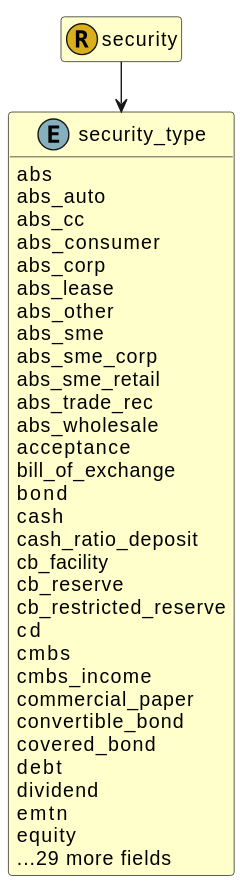
This is images/fire.model.security_type.svg from Schemarise/demo-alfa-with-fire-json-model, a PlantUML export, as it was before one commit. The source it was exported from:
```plantuml
@startuml
!pragma layout smetana

skinparam ClassBackgroundColor #BUSINESS
hide empty methods
hide empty fields
skinparam backgroundColor transparent
set namespaceSeparator none




class security_type << (E,86B0BE) >> {

  abs
  abs_auto
  abs_cc
  abs_consumer
  abs_corp
  abs_lease
  abs_other
  abs_sme
  abs_sme_corp
  abs_sme_retail
  abs_trade_rec
  abs_wholesale
  acceptance
  bill_of_exchange
  bond
  cash
  cash_ratio_deposit
  cb_facility
  cb_reserve
  cb_restricted_reserve
  cd
  cmbs
  cmbs_income
  commercial_paper
  convertible_bond
  covered_bond
  debt
  dividend
  emtn
  equity
  ...29 more fields




}

class security << (R,D9B01C) >> {





}

security --> security_type

@enduml
```
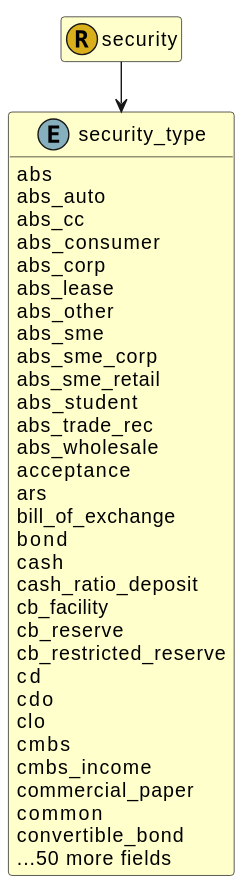
After the change.

Change to the diagram source:
```diff
@@ -22,9 +22,11 @@
   abs_sme
   abs_sme_corp
   abs_sme_retail
+  abs_student
   abs_trade_rec
   abs_wholesale
   acceptance
+  ars
   bill_of_exchange
   bond
   cash
@@ -33,16 +35,14 @@
   cb_reserve
   cb_restricted_reserve
   cd
+  cdo
+  clo
   cmbs
   cmbs_income
   commercial_paper
+  common
   convertible_bond
-  covered_bond
-  debt
-  dividend
-  emtn
-  equity
-  ...29 more fields
+  ...50 more fields
 
 
 
```
